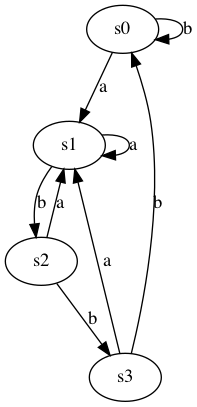
Above: labs/lab1/output/MFA.gv.png in Blackbackofficial/Compiler_Objc (Graphviz), before the change. Its source is kept beside it as labs/lab1/output/MFA.gv. Source of this version:
```dot
digraph G {
s0
s0->s1[label=a]
s0->s0[label=b]
s1
s1->s1[label=a]
s1->s2[label=b]
s2
s2->s1[label=a]
s2->s3[label=b]
s3
s3->s1[label=a]
s3->s0[label=b]
}
```
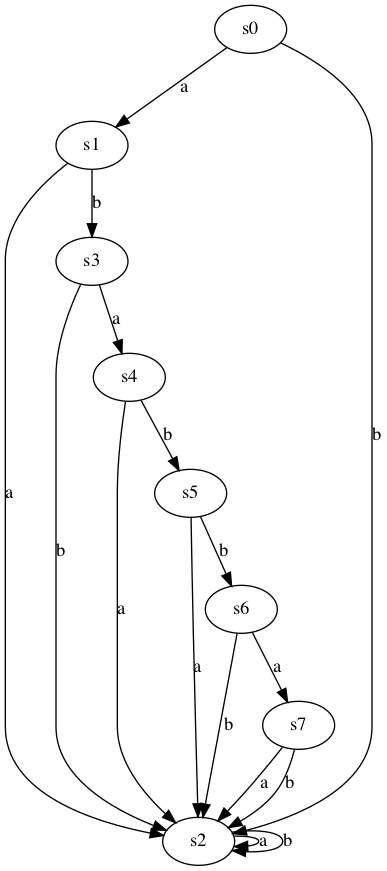
Later version of the same file.

Diff of the diagram source:
```diff
@@ -1,14 +1,26 @@
 digraph G {
 s0
 s0->s1[label=a]
-s0->s0[label=b]
+s0->s2[label=b]
 s1
-s1->s1[label=a]
-s1->s2[label=b]
+s1->s2[label=a]
+s1->s3[label=b]
 s2
-s2->s1[label=a]
-s2->s3[label=b]
+s2->s2[label=a]
+s2->s2[label=b]
 s3
-s3->s1[label=a]
-s3->s0[label=b]
+s3->s4[label=a]
+s3->s2[label=b]
+s4
+s4->s2[label=a]
+s4->s5[label=b]
+s5
+s5->s2[label=a]
+s5->s6[label=b]
+s6
+s6->s7[label=a]
+s6->s2[label=b]
+s7
+s7->s2[label=a]
+s7->s2[label=b]
 }
```
